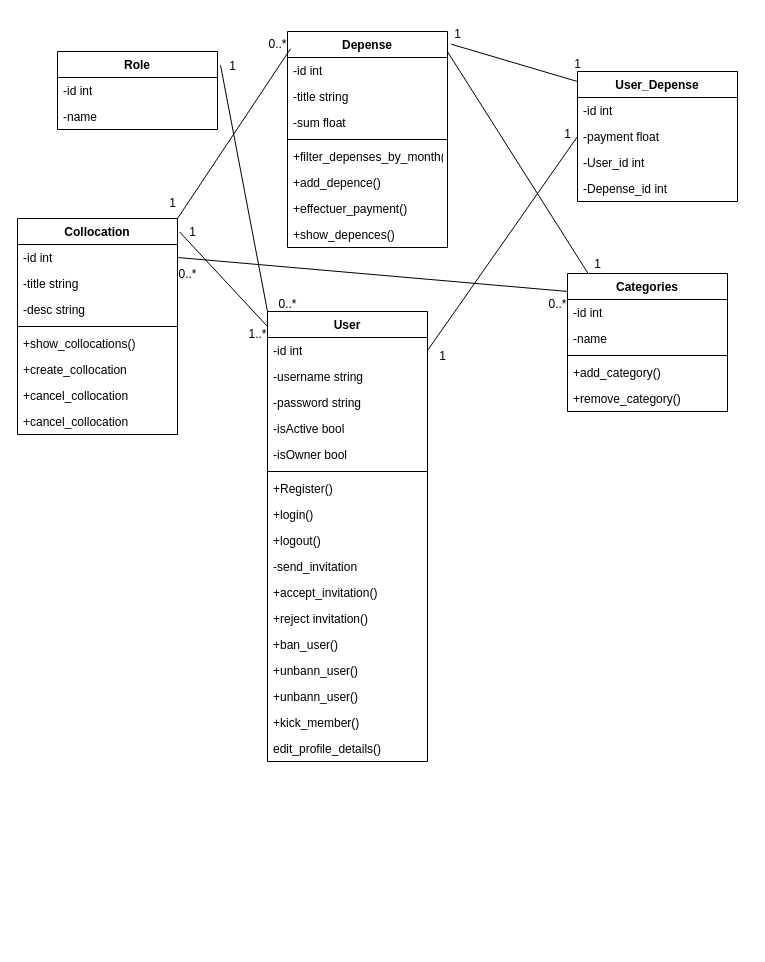
The draw.io diagram diagrammes/dgm_Classes.drawio in Ammar-Kasimi/briefSoutenance2, before the edit. Source tidied: cells renumbered, new cells numbered last; positions are measured from the earlier drawing's top-left corner, leaving out a move shared by most shapes. Both pictures are drawn from the tidied source at 100%, with x=0, y=0 at pixel (17, 19).
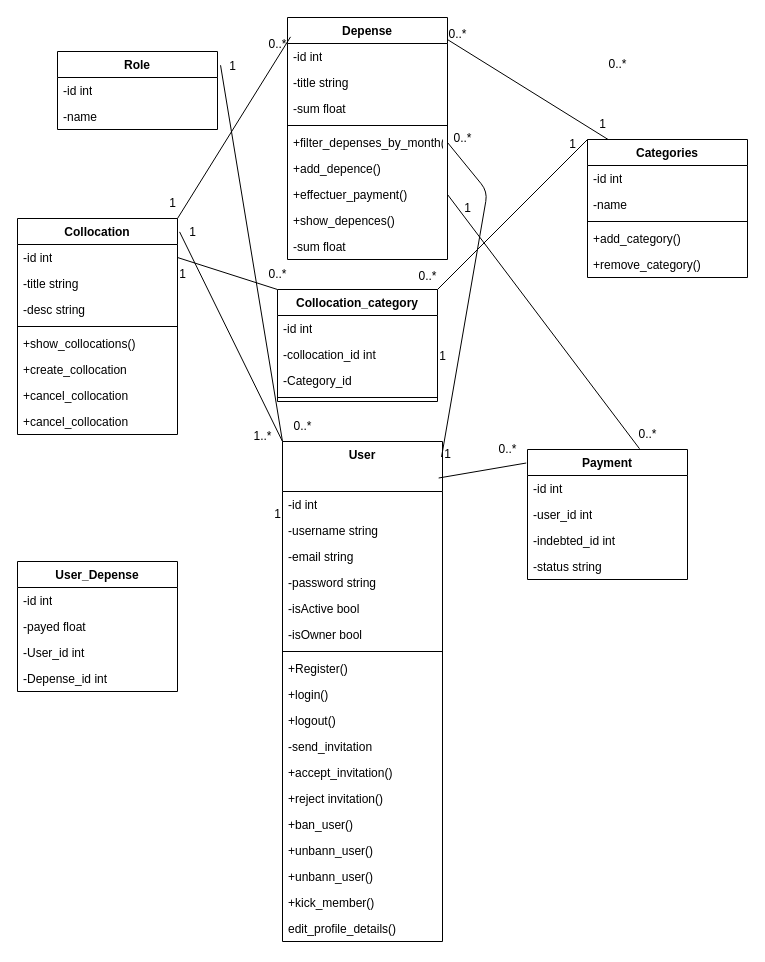
The same page after the edit.

The change refers to these unchanged cells:
```xml
<mxCell id="28" value="+filter_depenses_by_month()" style="text;strokeColor=none;fillColor=none;align=left;verticalAlign=top;spacingLeft=4;spacingRight=4;overflow=hidden;points=[[0,0.5],[1,0.5]];portConstraint=eastwest;whiteSpace=wrap;html=1;" parent="23" vertex="1">
  <mxGeometry y="112" width="160" height="26" as="geometry" />
</mxCell>
<mxCell id="30" value="+effectuer_payment()" style="text;strokeColor=none;fillColor=none;align=left;verticalAlign=top;spacingLeft=4;spacingRight=4;overflow=hidden;points=[[0,0.5],[1,0.5]];portConstraint=eastwest;whiteSpace=wrap;html=1;" parent="23" vertex="1">
  <mxGeometry y="164" width="160" height="26" as="geometry" />
</mxCell>
<mxCell id="40" value="Collocation" style="swimlane;fontStyle=1;align=center;verticalAlign=top;horizontal=1;startSize=26;whiteSpace=wrap;html=1;" parent="1" vertex="1">
  <mxGeometry y="199" width="160" height="216" as="geometry" />
</mxCell>
<mxCell id="41" value="-id int" style="text;strokeColor=none;fillColor=none;align=left;verticalAlign=top;spacingLeft=4;spacingRight=4;overflow=hidden;points=[[0,0.5],[1,0.5]];portConstraint=eastwest;whiteSpace=wrap;html=1;" parent="40" vertex="1">
  <mxGeometry y="26" width="160" height="26" as="geometry" />
</mxCell>
```

Diff of the diagram source:
```diff
@@
-    <mxCell id="2" value="User" style="swimlane;fontStyle=1;align=center;verticalAlign=top;horizontal=1;startSize=26;whiteSpace=wrap;html=1;" parent="1" vertex="1">
-      <mxGeometry x="250" y="292" width="160" height="450" as="geometry" />
+    <mxCell id="2" value="User" style="swimlane;fontStyle=1;align=center;verticalAlign=top;horizontal=1;startSize=50;whiteSpace=wrap;html=1;" parent="1" vertex="1">
+      <mxGeometry x="265" y="422" width="160" height="500" as="geometry" />
     </mxCell>
     <mxCell id="3" value="-id int" style="text;strokeColor=none;fillColor=none;align=left;verticalAlign=top;spacingLeft=4;spacingRight=4;overflow=hidden;points=[[0,0.5],[1,0.5]];portConstraint=eastwest;whiteSpace=wrap;html=1;" parent="2" vertex="1">
-      <mxGeometry y="26" width="160" height="26" as="geometry" />
+      <mxGeometry y="50" width="160" height="26" as="geometry" />
     </mxCell>
     <mxCell id="4" value="-username string" style="text;strokeColor=none;fillColor=none;align=left;verticalAlign=top;spacingLeft=4;spacingRight=4;overflow=hidden;whiteSpace=wrap;html=1;" parent="2" vertex="1">
-      <mxGeometry y="52" width="160" height="26" as="geometry" />
+      <mxGeometry y="76" width="160" height="26" as="geometry" />
     </mxCell>
+    <mxCell id="72" value="-email string" style="text;strokeColor=none;fillColor=none;align=left;verticalAlign=top;spacingLeft=4;spacingRight=4;overflow=hidden;whiteSpace=wrap;html=1;" parent="2" vertex="1">
+      <mxGeometry y="102" width="160" height="26" as="geometry" />
+    </mxCell>
     <mxCell id="5" value="-password string" style="text;strokeColor=none;fillColor=none;align=left;verticalAlign=top;spacingLeft=4;spacingRight=4;overflow=hidden;whiteSpace=wrap;html=1;" parent="2" vertex="1">
-      <mxGeometry y="78" width="160" height="26" as="geometry" />
+      <mxGeometry y="128" width="160" height="26" as="geometry" />
     </mxCell>
     <mxCell id="6" value="-isActive bool" style="text;strokeColor=none;fillColor=none;align=left;verticalAlign=top;spacingLeft=4;spacingRight=4;overflow=hidden;whiteSpace=wrap;html=1;" parent="2" vertex="1">
-      <mxGeometry y="104" width="160" height="26" as="geometry" />
+      <mxGeometry y="154" width="160" height="26" as="geometry" />
     </mxCell>
     <mxCell id="7" value="-isOwner bool" style="text;strokeColor=none;fillColor=none;align=left;verticalAlign=top;spacingLeft=4;spacingRight=4;overflow=hidden;whiteSpace=wrap;html=1;" parent="2" vertex="1">
-      <mxGeometry y="130" width="160" height="26" as="geometry" />
+      <mxGeometry y="180" width="160" height="26" as="geometry" />
     </mxCell>
     <mxCell id="8" style="line;strokeWidth=1;fillColor=none;align=left;verticalAlign=middle;spacingTop=-1;spacingLeft=3;spacingRight=3;labelPosition=right;strokeColor=inherit;" parent="2" vertex="1">
-      <mxGeometry y="156" width="160" height="8" as="geometry" />
+      <mxGeometry y="206" width="160" height="8" as="geometry" />
     </mxCell>
     <mxCell id="9" value="+Register()" style="text;strokeColor=none;fillColor=none;align=left;verticalAlign=top;spacingLeft=4;spacingRight=4;overflow=hidden;whiteSpace=wrap;html=1;" parent="2" vertex="1">
-      <mxGeometry y="164" width="160" height="26" as="geometry" />
+      <mxGeometry y="214" width="160" height="26" as="geometry" />
     </mxCell>
     <mxCell id="10" value="+login()" style="text;strokeColor=none;fillColor=none;align=left;verticalAlign=top;spacingLeft=4;spacingRight=4;overflow=hidden;whiteSpace=wrap;html=1;" parent="2" vertex="1">
-      <mxGeometry y="190" width="160" height="26" as="geometry" />
+      <mxGeometry y="240" width="160" height="26" as="geometry" />
     </mxCell>
     <mxCell id="11" value="+logout()" style="text;strokeColor=none;fillColor=none;align=left;verticalAlign=top;spacingLeft=4;spacingRight=4;overflow=hidden;whiteSpace=wrap;html=1;" parent="2" vertex="1">
-      <mxGeometry y="216" width="160" height="26" as="geometry" />
+      <mxGeometry y="266" width="160" height="26" as="geometry" />
     </mxCell>
     <mxCell id="12" value="-send_invitation" style="text;strokeColor=none;fillColor=none;align=left;verticalAlign=top;spacingLeft=4;spacingRight=4;overflow=hidden;whiteSpace=wrap;html=1;" parent="2" vertex="1">
-      <mxGeometry y="242" width="160" height="26" as="geometry" />
+      <mxGeometry y="292" width="160" height="26" as="geometry" />
     </mxCell>
     <mxCell id="13" value="+accept_invitation()" style="text;strokeColor=none;fillColor=none;align=left;verticalAlign=top;spacingLeft=4;spacingRight=4;overflow=hidden;whiteSpace=wrap;html=1;" parent="2" vertex="1">
-      <mxGeometry y="268" width="160" height="26" as="geometry" />
+      <mxGeometry y="318" width="160" height="26" as="geometry" />
     </mxCell>
     <mxCell id="14" value="+reject invitation()" style="text;strokeColor=none;fillColor=none;align=left;verticalAlign=top;spacingLeft=4;spacingRight=4;overflow=hidden;whiteSpace=wrap;html=1;" parent="2" vertex="1">
-      <mxGeometry y="294" width="160" height="26" as="geometry" />
+      <mxGeometry y="344" width="160" height="26" as="geometry" />
     </mxCell>
     <mxCell id="15" value="+ban_user()" style="text;strokeColor=none;fillColor=none;align=left;verticalAlign=top;spacingLeft=4;spacingRight=4;overflow=hidden;whiteSpace=wrap;html=1;" parent="2" vertex="1">
-      <mxGeometry y="320" width="160" height="26" as="geometry" />
+      <mxGeometry y="370" width="160" height="26" as="geometry" />
     </mxCell>
     <mxCell id="16" value="+unbann_user()" style="text;strokeColor=none;fillColor=none;align=left;verticalAlign=top;spacingLeft=4;spacingRight=4;overflow=hidden;whiteSpace=wrap;html=1;" parent="2" vertex="1">
-      <mxGeometry y="346" width="160" height="26" as="geometry" />
+      <mxGeometry y="396" width="160" height="26" as="geometry" />
     </mxCell>
     <mxCell id="17" value="+unbann_user()" style="text;strokeColor=none;fillColor=none;align=left;verticalAlign=top;spacingLeft=4;spacingRight=4;overflow=hidden;whiteSpace=wrap;html=1;" parent="2" vertex="1">
-      <mxGeometry y="372" width="160" height="26" as="geometry" />
+      <mxGeometry y="422" width="160" height="26" as="geometry" />
     </mxCell>
     <mxCell id="18" value="+kick_member()" style="text;strokeColor=none;fillColor=none;align=left;verticalAlign=top;spacingLeft=4;spacingRight=4;overflow=hidden;whiteSpace=wrap;html=1;" parent="2" vertex="1">
-      <mxGeometry y="398" width="160" height="26" as="geometry" />
+      <mxGeometry y="448" width="160" height="26" as="geometry" />
     </mxCell>
     <mxCell id="19" value="edit_profile_details()" style="text;strokeColor=none;fillColor=none;align=left;verticalAlign=top;spacingLeft=4;spacingRight=4;overflow=hidden;whiteSpace=wrap;html=1;" parent="2" vertex="1">
-      <mxGeometry y="424" width="160" height="26" as="geometry" />
+      <mxGeometry y="474" width="160" height="26" as="geometry" />
     </mxCell>
@@
     <mxCell id="23" value="Depense" style="swimlane;fontStyle=1;align=center;verticalAlign=top;horizontal=1;startSize=26;whiteSpace=wrap;html=1;" parent="1" vertex="1">
-      <mxGeometry x="270" y="12" width="160" height="216" as="geometry" />
+      <mxGeometry x="270" y="-2" width="160" height="242" as="geometry" />
     </mxCell>
@@
-    <mxCell id="32" value="User_Depense" style="swimlane;fontStyle=1;align=center;verticalAlign=top;horizontal=1;startSize=26;whiteSpace=wrap;html=1;" parent="1" vertex="1">
-      <mxGeometry x="560" y="52" width="160" height="130" as="geometry" />
-    </mxCell>
-    <mxCell id="33" value="-id int" style="text;strokeColor=none;fillColor=none;align=left;verticalAlign=top;spacingLeft=4;spacingRight=4;overflow=hidden;whiteSpace=wrap;html=1;" parent="32" vertex="1">
-      <mxGeometry y="26" width="160" height="26" as="geometry" />
-    </mxCell>
-    <mxCell id="34" value="-payment float" style="text;strokeColor=none;fillColor=none;align=left;verticalAlign=top;spacingLeft=4;spacingRight=4;overflow=hidden;points=[[0,0.5],[1,0.5]];portConstraint=eastwest;whiteSpace=wrap;html=1;" parent="32" vertex="1">
-      <mxGeometry y="52" width="160" height="26" as="geometry" />
-    </mxCell>
-    <mxCell id="35" value="-User_id int&amp;nbsp;" style="text;strokeColor=none;fillColor=none;align=left;verticalAlign=top;spacingLeft=4;spacingRight=4;overflow=hidden;whiteSpace=wrap;html=1;" parent="32" vertex="1">
-      <mxGeometry y="78" width="160" height="26" as="geometry" />
-    </mxCell>
-    <mxCell id="36" value="-Depense_id int" style="text;strokeColor=none;fillColor=none;align=left;verticalAlign=top;spacingLeft=4;spacingRight=4;overflow=hidden;whiteSpace=wrap;html=1;" parent="32" vertex="1">
-      <mxGeometry y="104" width="160" height="26" as="geometry" />
-    </mxCell>
+    <mxCell id="73" value="-sum float" style="text;strokeColor=none;fillColor=none;align=left;verticalAlign=top;spacingLeft=4;spacingRight=4;overflow=hidden;whiteSpace=wrap;html=1;" parent="23" vertex="1">
+      <mxGeometry y="216" width="160" height="26" as="geometry" />
+    </mxCell>
-    <mxCell id="37" style="endArrow=none;html=1;exitX=1.024;exitY=0.059;exitDx=0;exitDy=0;exitPerimeter=0;entryX=0;entryY=0.077;entryDx=0;entryDy=0;entryPerimeter=0;" parent="1" edge="1" source="23" target="32">
-      <mxGeometry relative="1" as="geometry" />
+    <mxCell id="37" style="endArrow=none;html=1;exitX=1;exitY=0.5;exitDx=0;exitDy=0;entryX=0.994;entryY=0.031;entryDx=0;entryDy=0;entryPerimeter=0;" parent="1" edge="1" source="28" target="2">
+      <mxGeometry relative="1" as="geometry">
+        <Array as="points">
+          <mxPoint x="470" y="172" />
+        </Array>
+      </mxGeometry>
     </mxCell>
-    <mxCell id="38" style="endArrow=none;html=1;exitX=0;exitY=0.5;exitDx=0;exitDy=0;entryX=1;entryY=0.5;entryDx=0;entryDy=0;" parent="1" edge="1" source="34" target="3">
-      <mxGeometry relative="1" as="geometry" />
-    </mxCell>
@@
-    <mxCell id="49" style="endArrow=none;html=1;exitX=0;exitY=0.5;exitDx=0;exitDy=0;entryX=1.013;entryY=0.062;entryDx=0;entryDy=0;entryPerimeter=0;" parent="1" edge="1" target="40">
-      <mxGeometry relative="1" as="geometry">
-        <mxPoint x="250" y="307" as="sourcePoint" />
-      </mxGeometry>
+    <mxCell id="49" style="endArrow=none;html=1;exitX=0;exitY=0;exitDx=0;exitDy=0;entryX=1.013;entryY=0.062;entryDx=0;entryDy=0;entryPerimeter=0;" parent="1" edge="1" source="2" target="40">
+      <mxGeometry relative="1" as="geometry" />
     </mxCell>
@@
     <mxCell id="52" value="Categories" style="swimlane;fontStyle=1;align=center;verticalAlign=top;horizontal=1;startSize=26;whiteSpace=wrap;html=1;" parent="1" vertex="1">
-      <mxGeometry x="550" y="254" width="160" height="138" as="geometry" />
+      <mxGeometry x="570" y="120" width="160" height="138" as="geometry" />
     </mxCell>
@@
     <mxCell id="59" value="1..*" style="text;html=1;align=center;verticalAlign=middle;strokeColor=none;fillColor=none;" parent="1" vertex="1">
-      <mxGeometry x="220" y="300" width="40" height="30" as="geometry" />
+      <mxGeometry x="225" y="402" width="40" height="30" as="geometry" />
     </mxCell>
@@
     <mxCell id="63" value="0..*" style="text;html=1;align=center;verticalAlign=middle;strokeColor=none;fillColor=none;" parent="1" vertex="1">
-      <mxGeometry x="250" y="270" width="40" height="30" as="geometry" />
+      <mxGeometry x="265" y="392" width="40" height="30" as="geometry" />
     </mxCell>
-    <mxCell id="64" value="1" style="text;html=1;align=center;verticalAlign=middle;strokeColor=none;fillColor=none;" parent="1" vertex="1">
-      <mxGeometry x="425" width="30" height="30" as="geometry" />
+    <mxCell id="64" value="0..*" style="text;html=1;align=center;verticalAlign=middle;strokeColor=none;fillColor=none;" parent="1" vertex="1">
+      <mxGeometry x="420" width="40" height="30" as="geometry" />
     </mxCell>
-    <mxCell id="65" value="1" style="text;html=1;align=center;verticalAlign=middle;strokeColor=none;fillColor=none;" parent="1" vertex="1">
-      <mxGeometry x="545" y="30" width="30" height="30" as="geometry" />
+    <mxCell id="65" value="0..*" style="text;html=1;align=center;verticalAlign=middle;strokeColor=none;fillColor=none;" parent="1" vertex="1">
+      <mxGeometry x="425" y="104" width="40" height="30" as="geometry" />
     </mxCell>
-    <mxCell id="66" value="1" style="text;html=1;align=center;verticalAlign=middle;strokeColor=none;fillColor=none;" parent="1" vertex="1">
-      <mxGeometry x="535" y="100" width="30" height="30" as="geometry" />
-    </mxCell>
@@
     <mxCell id="68" value="1" style="text;html=1;align=center;verticalAlign=middle;strokeColor=none;fillColor=none;" parent="1" vertex="1">
-      <mxGeometry x="565" y="230" width="30" height="30" as="geometry" />
+      <mxGeometry x="570" y="90" width="30" height="30" as="geometry" />
     </mxCell>
-    <mxCell id="69" style="endArrow=none;html=1;exitX=0;exitY=0.13;exitDx=0;exitDy=0;entryX=1;entryY=0.5;entryDx=0;entryDy=0;exitPerimeter=0;" parent="1" edge="1" source="52" target="41">
+    <mxCell id="69" style="endArrow=none;html=1;exitX=0;exitY=0;exitDx=0;exitDy=0;entryX=1;entryY=0.5;entryDx=0;entryDy=0;" parent="1" edge="1" source="74" target="41">
       <mxGeometry relative="1" as="geometry" />
     </mxCell>
     <mxCell id="70" value="0..*" style="text;html=1;align=center;verticalAlign=middle;strokeColor=none;fillColor=none;" parent="1" vertex="1">
-      <mxGeometry x="150" y="240" width="40" height="30" as="geometry" />
+      <mxGeometry x="240" y="240" width="40" height="30" as="geometry" />
     </mxCell>
     <mxCell id="71" value="0..*" style="text;html=1;align=center;verticalAlign=middle;strokeColor=none;fillColor=none;" parent="1" vertex="1">
-      <mxGeometry x="520" y="270" width="40" height="30" as="geometry" />
+      <mxGeometry x="580" y="30" width="40" height="30" as="geometry" />
     </mxCell>
+    <mxCell id="74" value="Collocation_category" style="swimlane;fontStyle=1;align=center;verticalAlign=top;horizontal=1;startSize=26;whiteSpace=wrap;html=1;" parent="1" vertex="1">
+      <mxGeometry x="260" y="270" width="160" height="112" as="geometry" />
+    </mxCell>
+    <mxCell id="75" value="-id int" style="text;strokeColor=none;fillColor=none;align=left;verticalAlign=top;spacingLeft=4;spacingRight=4;overflow=hidden;whiteSpace=wrap;html=1;" parent="74" vertex="1">
+      <mxGeometry y="26" width="160" height="26" as="geometry" />
+    </mxCell>
+    <mxCell id="76" value="-collocation_id int" style="text;strokeColor=none;fillColor=none;align=left;verticalAlign=top;spacingLeft=4;spacingRight=4;overflow=hidden;whiteSpace=wrap;html=1;" parent="74" vertex="1">
+      <mxGeometry y="52" width="160" height="26" as="geometry" />
+    </mxCell>
+    <mxCell id="77" value="-Category_id" style="text;strokeColor=none;fillColor=none;align=left;verticalAlign=top;spacingLeft=4;spacingRight=4;overflow=hidden;whiteSpace=wrap;html=1;" parent="74" vertex="1">
+      <mxGeometry y="78" width="160" height="26" as="geometry" />
+    </mxCell>
+    <mxCell id="78" style="line;strokeWidth=1;fillColor=none;align=left;verticalAlign=middle;spacingTop=-1;spacingLeft=3;spacingRight=3;labelPosition=right;strokeColor=inherit;" parent="74" vertex="1">
+      <mxGeometry y="104" width="160" height="8" as="geometry" />
+    </mxCell>
+    <mxCell id="79" style="endArrow=none;html=1;exitX=0;exitY=0;exitDx=0;exitDy=0;entryX=1;entryY=0;entryDx=0;entryDy=0;" parent="1" edge="1" source="52" target="74">
+      <mxGeometry relative="1" as="geometry" />
+    </mxCell>
+    <mxCell id="80" value="0..*" style="text;html=1;align=center;verticalAlign=middle;strokeColor=none;fillColor=none;" parent="1" vertex="1">
+      <mxGeometry x="390" y="242" width="40" height="30" as="geometry" />
+    </mxCell>
+    <mxCell id="81" value="1" style="text;html=1;align=center;verticalAlign=middle;strokeColor=none;fillColor=none;" parent="1" vertex="1">
+      <mxGeometry x="540" y="110" width="30" height="30" as="geometry" />
+    </mxCell>
+    <mxCell id="82" value="1" style="text;html=1;align=center;verticalAlign=middle;strokeColor=none;fillColor=none;" parent="1" vertex="1">
+      <mxGeometry x="150" y="240" width="30" height="30" as="geometry" />
+    </mxCell>
+    <mxCell id="83" value="Payment" style="swimlane;fontStyle=1;align=center;verticalAlign=top;horizontal=1;startSize=26;whiteSpace=wrap;html=1;" parent="1" vertex="1">
+      <mxGeometry x="510" y="430" width="160" height="130" as="geometry" />
+    </mxCell>
+    <mxCell id="84" value="-id int&amp;nbsp;" style="text;strokeColor=none;fillColor=none;align=left;verticalAlign=top;spacingLeft=4;spacingRight=4;overflow=hidden;whiteSpace=wrap;html=1;" parent="83" vertex="1">
+      <mxGeometry y="26" width="160" height="26" as="geometry" />
+    </mxCell>
+    <mxCell id="85" value="-user_id int" style="text;strokeColor=none;fillColor=none;align=left;verticalAlign=top;spacingLeft=4;spacingRight=4;overflow=hidden;whiteSpace=wrap;html=1;" parent="83" vertex="1">
+      <mxGeometry y="52" width="160" height="26" as="geometry" />
+    </mxCell>
+    <mxCell id="86" value="-indebted_id int" style="text;strokeColor=none;fillColor=none;align=left;verticalAlign=top;spacingLeft=4;spacingRight=4;overflow=hidden;whiteSpace=wrap;html=1;" parent="83" vertex="1">
+      <mxGeometry y="78" width="160" height="26" as="geometry" />
+    </mxCell>
+    <mxCell id="87" value="-status string" style="text;strokeColor=none;fillColor=none;align=left;verticalAlign=top;spacingLeft=4;spacingRight=4;overflow=hidden;whiteSpace=wrap;html=1;" parent="83" vertex="1">
+      <mxGeometry y="104" width="160" height="26" as="geometry" />
+    </mxCell>
+    <mxCell id="88" style="endArrow=none;html=1;exitX=0.976;exitY=0.073;exitDx=0;exitDy=0;entryX=-0.008;entryY=0.104;entryDx=0;entryDy=0;entryPerimeter=0;exitPerimeter=0;" parent="1" edge="1" source="2" target="83">
+      <mxGeometry relative="1" as="geometry" />
+    </mxCell>
+    <mxCell id="89" value="0..*" style="text;html=1;align=center;verticalAlign=middle;strokeColor=none;fillColor=none;" parent="1" vertex="1">
+      <mxGeometry x="470" y="415" width="40" height="30" as="geometry" />
+    </mxCell>
+    <mxCell id="90" value="1" style="text;html=1;align=center;verticalAlign=middle;strokeColor=none;fillColor=none;" parent="1" vertex="1">
+      <mxGeometry x="245" y="480" width="30" height="30" as="geometry" />
+    </mxCell>
+    <mxCell id="91" style="endArrow=none;html=1;entryX=0.7;entryY=-0.006;entryDx=0;entryDy=0;entryPerimeter=0;exitX=1;exitY=0.5;exitDx=0;exitDy=0;" parent="1" edge="1" source="30" target="83">
+      <mxGeometry relative="1" as="geometry" />
+    </mxCell>
+    <mxCell id="92" value="0..*" style="text;html=1;align=center;verticalAlign=middle;strokeColor=none;fillColor=none;" parent="1" vertex="1">
+      <mxGeometry x="610" y="400" width="40" height="30" as="geometry" />
+    </mxCell>
+    <mxCell id="93" value="1" style="text;html=1;align=center;verticalAlign=middle;strokeColor=none;fillColor=none;" parent="1" vertex="1">
+      <mxGeometry x="435" y="174" width="30" height="30" as="geometry" />
+    </mxCell>
+    <mxCell id="32" value="User_Depense" style="swimlane;fontStyle=1;align=center;verticalAlign=top;horizontal=1;startSize=26;whiteSpace=wrap;html=1;" parent="1" vertex="1">
+      <mxGeometry y="542" width="160" height="130" as="geometry" />
+    </mxCell>
+    <mxCell id="94" value="-id int" style="text;strokeColor=none;fillColor=none;align=left;verticalAlign=top;spacingLeft=4;spacingRight=4;overflow=hidden;whiteSpace=wrap;html=1;" parent="32" vertex="1">
+      <mxGeometry y="26" width="160" height="26" as="geometry" />
+    </mxCell>
+    <mxCell id="95" value="-payed float" style="text;strokeColor=none;fillColor=none;align=left;verticalAlign=top;spacingLeft=4;spacingRight=4;overflow=hidden;whiteSpace=wrap;html=1;" parent="32" vertex="1">
+      <mxGeometry y="52" width="160" height="26" as="geometry" />
+    </mxCell>
+    <mxCell id="35" value="-User_id int&amp;nbsp;" style="text;strokeColor=none;fillColor=none;align=left;verticalAlign=top;spacingLeft=4;spacingRight=4;overflow=hidden;whiteSpace=wrap;html=1;" parent="32" vertex="1">
+      <mxGeometry y="78" width="160" height="26" as="geometry" />
+    </mxCell>
+    <mxCell id="36" value="-Depense_id int" style="text;strokeColor=none;fillColor=none;align=left;verticalAlign=top;spacingLeft=4;spacingRight=4;overflow=hidden;whiteSpace=wrap;html=1;" parent="32" vertex="1">
+      <mxGeometry y="104" width="160" height="26" as="geometry" />
+    </mxCell>
+    <mxCell id="96" value="1" style="text;html=1;align=center;verticalAlign=middle;strokeColor=none;fillColor=none;" parent="1" vertex="1">
+      <mxGeometry x="415" y="420" width="30" height="30" as="geometry" />
+    </mxCell>
```
